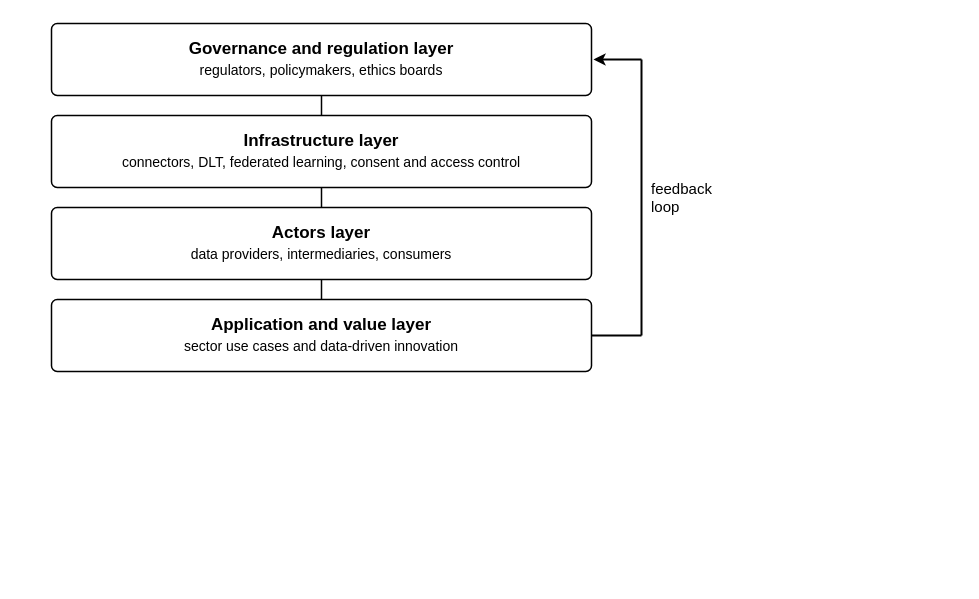
Earlier version of the draw.io diagram figures/fig_ddsf_framework.drawio (egagraha/slr-dataspace). Source tidied: cells renumbered, new cells numbered last; positions are measured from the earlier drawing's top-left corner, leaving out a move shared by most shapes. Both pictures are drawn from the tidied source at 100%, with x=0, y=0 at pixel (51, 23).
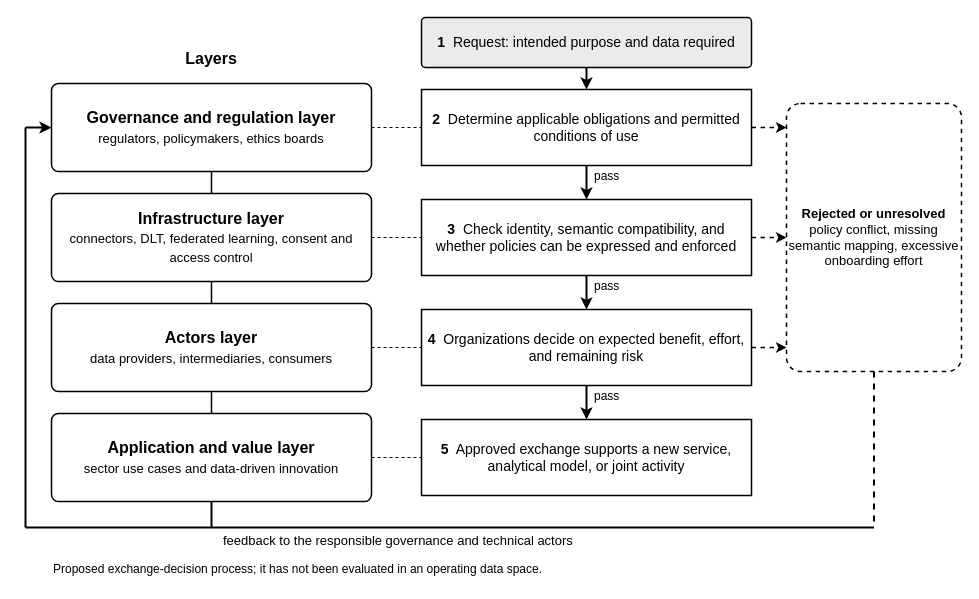
The same diagram, later.

Commit message (it also covers changes not shown here):
Revision after internal review: method name and Figure 5 process

The edit, as a diff of the source:
```diff
@@
-    <mxCell id="2" value="&lt;b&gt;Governance and regulation layer&lt;/b&gt;&lt;br&gt;&lt;font style='font-size:14px'&gt;regulators, policymakers, ethics boards&lt;/font&gt;" style="rounded=1;whiteSpace=wrap;html=1;fillColor=#ffffff;strokeColor=#000000;strokeWidth=1.5;fontFamily=Helvetica;fontSize=17;fontColor=#000000;fontStyle=0;align=center;verticalAlign=middle;dashed=0;arcSize=8;" parent="1" vertex="1">
-      <mxGeometry width="540" height="72" as="geometry" />
+    <mxCell id="2" value="&lt;b&gt;Layers&lt;/b&gt;" style="text;html=1;strokeColor=none;fillColor=none;fontFamily=Helvetica;fontSize=16;fontColor=#000000;fontStyle=0;align=center;verticalAlign=middle;whiteSpace=wrap;rotation=0;" parent="1" vertex="1">
+      <mxGeometry y="20" width="320" height="30" as="geometry" />
     </mxCell>
-    <mxCell id="3" style="endArrow=none;endFill=1;html=1;strokeColor=#000000;strokeWidth=1.5;dashed=0;" parent="1" edge="1">
-      <mxGeometry relative="1" as="geometry">
-        <mxPoint x="270" y="72" as="sourcePoint" />
-        <mxPoint x="270" y="92" as="targetPoint" />
-      </mxGeometry>
+    <mxCell id="3" value="&lt;b&gt;1&lt;/b&gt;&amp;nbsp; Request: intended purpose and data required" style="rounded=1;whiteSpace=wrap;html=1;fillColor=#EBEBEB;strokeColor=#000000;strokeWidth=1.5;fontFamily=Helvetica;fontSize=14;fontColor=#000000;fontStyle=0;align=center;verticalAlign=middle;dashed=0;arcSize=8;" parent="1" vertex="1">
+      <mxGeometry x="370" y="-6" width="330" height="50" as="geometry" />
     </mxCell>
-    <mxCell id="4" value="&lt;b&gt;Infrastructure layer&lt;/b&gt;&lt;br&gt;&lt;font style='font-size:14px'&gt;connectors, DLT, federated learning, consent and access control&lt;/font&gt;" style="rounded=1;whiteSpace=wrap;html=1;fillColor=#ffffff;strokeColor=#000000;strokeWidth=1.5;fontFamily=Helvetica;fontSize=17;fontColor=#000000;fontStyle=0;align=center;verticalAlign=middle;dashed=0;arcSize=8;" parent="1" vertex="1">
-      <mxGeometry y="92" width="540" height="72" as="geometry" />
+    <mxCell id="4" value="&lt;b&gt;Governance and regulation layer&lt;/b&gt;&lt;br&gt;&lt;font style='font-size:13px'&gt;regulators, policymakers, ethics boards&lt;/font&gt;" style="rounded=1;whiteSpace=wrap;html=1;fillColor=#ffffff;strokeColor=#000000;strokeWidth=1.5;fontFamily=Helvetica;fontSize=16;fontColor=#000000;fontStyle=0;align=center;verticalAlign=middle;dashed=0;arcSize=8;" parent="1" vertex="1">
+      <mxGeometry y="60" width="320" height="88" as="geometry" />
     </mxCell>
     <mxCell id="5" style="endArrow=none;endFill=1;html=1;strokeColor=#000000;strokeWidth=1.5;dashed=0;" parent="1" edge="1">
       <mxGeometry relative="1" as="geometry">
-        <mxPoint x="270" y="164" as="sourcePoint" />
-        <mxPoint x="270" y="184" as="targetPoint" />
+        <mxPoint x="160" y="148" as="sourcePoint" />
+        <mxPoint x="160" y="170" as="targetPoint" />
       </mxGeometry>
     </mxCell>
-    <mxCell id="6" value="&lt;b&gt;Actors layer&lt;/b&gt;&lt;br&gt;&lt;font style='font-size:14px'&gt;data providers, intermediaries, consumers&lt;/font&gt;" style="rounded=1;whiteSpace=wrap;html=1;fillColor=#ffffff;strokeColor=#000000;strokeWidth=1.5;fontFamily=Helvetica;fontSize=17;fontColor=#000000;fontStyle=0;align=center;verticalAlign=middle;dashed=0;arcSize=8;" parent="1" vertex="1">
-      <mxGeometry y="184" width="540" height="72" as="geometry" />
+    <mxCell id="6" value="&lt;b&gt;2&lt;/b&gt;&amp;nbsp; Determine applicable obligations and permitted conditions of use" style="rounded=0;whiteSpace=wrap;html=1;fillColor=#ffffff;strokeColor=#000000;strokeWidth=1.5;fontFamily=Helvetica;fontSize=14;fontColor=#000000;fontStyle=0;align=center;verticalAlign=middle;dashed=0;" parent="1" vertex="1">
+      <mxGeometry x="370" y="66" width="330" height="76" as="geometry" />
     </mxCell>
-    <mxCell id="7" style="endArrow=none;endFill=1;html=1;strokeColor=#000000;strokeWidth=1.5;dashed=0;" parent="1" edge="1">
+    <mxCell id="7" style="endArrow=none;endFill=1;html=1;strokeColor=#000000;strokeWidth=1;dashed=1;" parent="1" edge="1">
       <mxGeometry relative="1" as="geometry">
-        <mxPoint x="270" y="256" as="sourcePoint" />
-        <mxPoint x="270" y="276" as="targetPoint" />
+        <mxPoint x="320" y="104" as="sourcePoint" />
+        <mxPoint x="370" y="104" as="targetPoint" />
       </mxGeometry>
     </mxCell>
-    <mxCell id="8" value="&lt;b&gt;Application and value layer&lt;/b&gt;&lt;br&gt;&lt;font style='font-size:14px'&gt;sector use cases and data-driven innovation&lt;/font&gt;" style="rounded=1;whiteSpace=wrap;html=1;fillColor=#ffffff;strokeColor=#000000;strokeWidth=1.5;fontFamily=Helvetica;fontSize=17;fontColor=#000000;fontStyle=0;align=center;verticalAlign=middle;dashed=0;arcSize=8;" parent="1" vertex="1">
-      <mxGeometry y="276" width="540" height="72" as="geometry" />
+    <mxCell id="8" value="&lt;b&gt;Infrastructure layer&lt;/b&gt;&lt;br&gt;&lt;font style='font-size:13px'&gt;connectors, DLT, federated learning, consent and access control&lt;/font&gt;" style="rounded=1;whiteSpace=wrap;html=1;fillColor=#ffffff;strokeColor=#000000;strokeWidth=1.5;fontFamily=Helvetica;fontSize=16;fontColor=#000000;fontStyle=0;align=center;verticalAlign=middle;dashed=0;arcSize=8;" parent="1" vertex="1">
+      <mxGeometry y="170" width="320" height="88" as="geometry" />
     </mxCell>
-    <mxCell id="9" style="endArrow=none;endFill=1;html=1;strokeColor=#000000;strokeWidth=2;dashed=0;" parent="1" edge="1">
+    <mxCell id="9" style="endArrow=none;endFill=1;html=1;strokeColor=#000000;strokeWidth=1.5;dashed=0;" parent="1" edge="1">
       <mxGeometry relative="1" as="geometry">
-        <mxPoint x="540" y="312" as="sourcePoint" />
-        <mxPoint x="590" y="312" as="targetPoint" />
+        <mxPoint x="160" y="258" as="sourcePoint" />
+        <mxPoint x="160" y="280" as="targetPoint" />
       </mxGeometry>
     </mxCell>
-    <mxCell id="10" style="endArrow=none;endFill=1;html=1;strokeColor=#000000;strokeWidth=2;dashed=0;" parent="1" edge="1">
-      <mxGeometry relative="1" as="geometry">
-        <mxPoint x="590" y="312" as="sourcePoint" />
-        <mxPoint x="590" y="36" as="targetPoint" />
-      </mxGeometry>
+    <mxCell id="10" value="&lt;b&gt;3&lt;/b&gt;&amp;nbsp; Check identity, semantic compatibility, and whether policies can be expressed and enforced" style="rounded=0;whiteSpace=wrap;html=1;fillColor=#ffffff;strokeColor=#000000;strokeWidth=1.5;fontFamily=Helvetica;fontSize=14;fontColor=#000000;fontStyle=0;align=center;verticalAlign=middle;dashed=0;" parent="1" vertex="1">
+      <mxGeometry x="370" y="176" width="330" height="76" as="geometry" />
     </mxCell>
-    <mxCell id="11" style="endArrow=classic;endFill=1;html=1;strokeColor=#000000;strokeWidth=2;dashed=0;" parent="1" edge="1">
+    <mxCell id="11" style="endArrow=none;endFill=1;html=1;strokeColor=#000000;strokeWidth=1;dashed=1;" parent="1" edge="1">
       <mxGeometry relative="1" as="geometry">
-        <mxPoint x="590" y="36" as="sourcePoint" />
-        <mxPoint x="542" y="36" as="targetPoint" />
+        <mxPoint x="320" y="214" as="sourcePoint" />
+        <mxPoint x="370" y="214" as="targetPoint" />
       </mxGeometry>
     </mxCell>
-    <mxCell id="12" value="feedback&lt;br&gt;loop" style="text;html=1;strokeColor=none;fillColor=none;fontFamily=Helvetica;fontSize=15;fontColor=#000000;fontStyle=0;align=left;verticalAlign=middle;whiteSpace=wrap;rotation=0;" parent="1" vertex="1">
-      <mxGeometry x="598" y="152" width="110" height="44" as="geometry" />
+    <mxCell id="12" value="&lt;b&gt;Actors layer&lt;/b&gt;&lt;br&gt;&lt;font style='font-size:13px'&gt;data providers, intermediaries, consumers&lt;/font&gt;" style="rounded=1;whiteSpace=wrap;html=1;fillColor=#ffffff;strokeColor=#000000;strokeWidth=1.5;fontFamily=Helvetica;fontSize=16;fontColor=#000000;fontStyle=0;align=center;verticalAlign=middle;dashed=0;arcSize=8;" parent="1" vertex="1">
+      <mxGeometry y="280" width="320" height="88" as="geometry" />
     </mxCell>
+    <mxCell id="13" style="endArrow=none;endFill=1;html=1;strokeColor=#000000;strokeWidth=1.5;dashed=0;" parent="1" edge="1">
+      <mxGeometry relative="1" as="geometry">
+        <mxPoint x="160" y="368" as="sourcePoint" />
+        <mxPoint x="160" y="390" as="targetPoint" />
+      </mxGeometry>
+    </mxCell>
+    <mxCell id="14" value="&lt;b&gt;4&lt;/b&gt;&amp;nbsp; Organizations decide on expected benefit, effort, and remaining risk" style="rounded=0;whiteSpace=wrap;html=1;fillColor=#ffffff;strokeColor=#000000;strokeWidth=1.5;fontFamily=Helvetica;fontSize=14;fontColor=#000000;fontStyle=0;align=center;verticalAlign=middle;dashed=0;" parent="1" vertex="1">
+      <mxGeometry x="370" y="286" width="330" height="76" as="geometry" />
+    </mxCell>
+    <mxCell id="15" style="endArrow=none;endFill=1;html=1;strokeColor=#000000;strokeWidth=1;dashed=1;" parent="1" edge="1">
+      <mxGeometry relative="1" as="geometry">
+        <mxPoint x="320" y="324" as="sourcePoint" />
+        <mxPoint x="370" y="324" as="targetPoint" />
+      </mxGeometry>
+    </mxCell>
+    <mxCell id="16" value="&lt;b&gt;Application and value layer&lt;/b&gt;&lt;br&gt;&lt;font style='font-size:13px'&gt;sector use cases and data-driven innovation&lt;/font&gt;" style="rounded=1;whiteSpace=wrap;html=1;fillColor=#ffffff;strokeColor=#000000;strokeWidth=1.5;fontFamily=Helvetica;fontSize=16;fontColor=#000000;fontStyle=0;align=center;verticalAlign=middle;dashed=0;arcSize=8;" parent="1" vertex="1">
+      <mxGeometry y="390" width="320" height="88" as="geometry" />
+    </mxCell>
+    <mxCell id="17" value="&lt;b&gt;5&lt;/b&gt;&amp;nbsp; Approved exchange supports a new service, analytical model, or joint activity" style="rounded=0;whiteSpace=wrap;html=1;fillColor=#ffffff;strokeColor=#000000;strokeWidth=1.5;fontFamily=Helvetica;fontSize=14;fontColor=#000000;fontStyle=0;align=center;verticalAlign=middle;dashed=0;" parent="1" vertex="1">
+      <mxGeometry x="370" y="396" width="330" height="76" as="geometry" />
+    </mxCell>
+    <mxCell id="18" style="endArrow=none;endFill=1;html=1;strokeColor=#000000;strokeWidth=1;dashed=1;" parent="1" edge="1">
+      <mxGeometry relative="1" as="geometry">
+        <mxPoint x="320" y="434" as="sourcePoint" />
+        <mxPoint x="370" y="434" as="targetPoint" />
+      </mxGeometry>
+    </mxCell>
+    <mxCell id="19" style="endArrow=classic;endFill=1;html=1;strokeColor=#000000;strokeWidth=2;dashed=0;" parent="1" edge="1">
+      <mxGeometry relative="1" as="geometry">
+        <mxPoint x="535" y="44" as="sourcePoint" />
+        <mxPoint x="535" y="66" as="targetPoint" />
+      </mxGeometry>
+    </mxCell>
+    <mxCell id="20" style="endArrow=classic;endFill=1;html=1;strokeColor=#000000;strokeWidth=2;dashed=0;" parent="1" edge="1">
+      <mxGeometry relative="1" as="geometry">
+        <mxPoint x="535" y="142" as="sourcePoint" />
+        <mxPoint x="535" y="176" as="targetPoint" />
+      </mxGeometry>
+    </mxCell>
+    <mxCell id="21" value="pass" style="text;html=1;strokeColor=none;fillColor=none;fontFamily=Helvetica;fontSize=12;fontColor=#000000;fontStyle=0;align=left;verticalAlign=middle;whiteSpace=wrap;rotation=0;" parent="1" vertex="1">
+      <mxGeometry x="541" y="142" width="70" height="22" as="geometry" />
+    </mxCell>
+    <mxCell id="22" style="endArrow=classic;endFill=1;html=1;strokeColor=#000000;strokeWidth=2;dashed=0;" parent="1" edge="1">
+      <mxGeometry relative="1" as="geometry">
+        <mxPoint x="535" y="252" as="sourcePoint" />
+        <mxPoint x="535" y="286" as="targetPoint" />
+      </mxGeometry>
+    </mxCell>
+    <mxCell id="23" value="pass" style="text;html=1;strokeColor=none;fillColor=none;fontFamily=Helvetica;fontSize=12;fontColor=#000000;fontStyle=0;align=left;verticalAlign=middle;whiteSpace=wrap;rotation=0;" parent="1" vertex="1">
+      <mxGeometry x="541" y="252" width="70" height="22" as="geometry" />
+    </mxCell>
+    <mxCell id="24" style="endArrow=classic;endFill=1;html=1;strokeColor=#000000;strokeWidth=2;dashed=0;" parent="1" edge="1">
+      <mxGeometry relative="1" as="geometry">
+        <mxPoint x="535" y="362" as="sourcePoint" />
+        <mxPoint x="535" y="396" as="targetPoint" />
+      </mxGeometry>
+    </mxCell>
+    <mxCell id="25" value="pass" style="text;html=1;strokeColor=none;fillColor=none;fontFamily=Helvetica;fontSize=12;fontColor=#000000;fontStyle=0;align=left;verticalAlign=middle;whiteSpace=wrap;rotation=0;" parent="1" vertex="1">
+      <mxGeometry x="541" y="362" width="70" height="22" as="geometry" />
+    </mxCell>
+    <mxCell id="26" value="&lt;b&gt;Rejected or unresolved&lt;/b&gt;&lt;br&gt;policy conflict, missing semantic mapping, excessive onboarding effort" style="rounded=1;whiteSpace=wrap;html=1;fillColor=#ffffff;strokeColor=#000000;strokeWidth=1.5;fontFamily=Helvetica;fontSize=13;fontColor=#000000;fontStyle=0;align=center;verticalAlign=middle;dashed=1;arcSize=8;" parent="1" vertex="1">
+      <mxGeometry x="735" y="80" width="175" height="268" as="geometry" />
+    </mxCell>
+    <mxCell id="27" style="endArrow=classic;endFill=1;html=1;strokeColor=#000000;strokeWidth=1.5;dashed=1;" parent="1" edge="1">
+      <mxGeometry relative="1" as="geometry">
+        <mxPoint x="700" y="104" as="sourcePoint" />
+        <mxPoint x="735" y="104" as="targetPoint" />
+      </mxGeometry>
+    </mxCell>
+    <mxCell id="28" style="endArrow=classic;endFill=1;html=1;strokeColor=#000000;strokeWidth=1.5;dashed=1;" parent="1" edge="1">
+      <mxGeometry relative="1" as="geometry">
+        <mxPoint x="700" y="214" as="sourcePoint" />
+        <mxPoint x="735" y="214" as="targetPoint" />
+      </mxGeometry>
+    </mxCell>
+    <mxCell id="29" style="endArrow=classic;endFill=1;html=1;strokeColor=#000000;strokeWidth=1.5;dashed=1;" parent="1" edge="1">
+      <mxGeometry relative="1" as="geometry">
+        <mxPoint x="700" y="324" as="sourcePoint" />
+        <mxPoint x="735" y="324" as="targetPoint" />
+      </mxGeometry>
+    </mxCell>
+    <mxCell id="30" style="endArrow=none;endFill=1;html=1;strokeColor=#000000;strokeWidth=2;dashed=0;" parent="1" edge="1">
+      <mxGeometry relative="1" as="geometry">
+        <mxPoint x="160" y="478" as="sourcePoint" />
+        <mxPoint x="160" y="504" as="targetPoint" />
+      </mxGeometry>
+    </mxCell>
+    <mxCell id="31" style="endArrow=none;endFill=1;html=1;strokeColor=#000000;strokeWidth=2;dashed=1;" parent="1" edge="1">
+      <mxGeometry relative="1" as="geometry">
+        <mxPoint x="822.5" y="348" as="sourcePoint" />
+        <mxPoint x="822.5" y="504" as="targetPoint" />
+      </mxGeometry>
+    </mxCell>
+    <mxCell id="32" style="endArrow=none;endFill=1;html=1;strokeColor=#000000;strokeWidth=2;dashed=0;" parent="1" edge="1">
+      <mxGeometry relative="1" as="geometry">
+        <mxPoint x="822.5" y="504" as="sourcePoint" />
+        <mxPoint x="-26" y="504" as="targetPoint" />
+      </mxGeometry>
+    </mxCell>
+    <mxCell id="33" style="endArrow=none;endFill=1;html=1;strokeColor=#000000;strokeWidth=2;dashed=0;" parent="1" edge="1">
+      <mxGeometry relative="1" as="geometry">
+        <mxPoint x="-26" y="504" as="sourcePoint" />
+        <mxPoint x="-26" y="104" as="targetPoint" />
+      </mxGeometry>
+    </mxCell>
+    <mxCell id="34" style="endArrow=classic;endFill=1;html=1;strokeColor=#000000;strokeWidth=2;dashed=0;" parent="1" edge="1">
+      <mxGeometry relative="1" as="geometry">
+        <mxPoint x="-26" y="104" as="sourcePoint" />
+        <mxPoint y="104" as="targetPoint" />
+      </mxGeometry>
+    </mxCell>
+    <mxCell id="35" value="feedback to the responsible governance and technical actors" style="text;html=1;strokeColor=none;fillColor=none;fontFamily=Helvetica;fontSize=13;fontColor=#000000;fontStyle=0;align=left;verticalAlign=middle;whiteSpace=wrap;rotation=0;" parent="1" vertex="1">
+      <mxGeometry x="170" y="506" width="420" height="22" as="geometry" />
+    </mxCell>
+    <mxCell id="36" value="Proposed exchange-decision process; it has not been evaluated in an operating data space." style="text;html=1;strokeColor=none;fillColor=none;fontFamily=Helvetica;fontSize=12;fontColor=#000000;fontStyle=0;align=left;verticalAlign=middle;whiteSpace=wrap;rotation=0;" parent="1" vertex="1">
+      <mxGeometry y="534" width="880" height="24" as="geometry" />
+    </mxCell>
```
